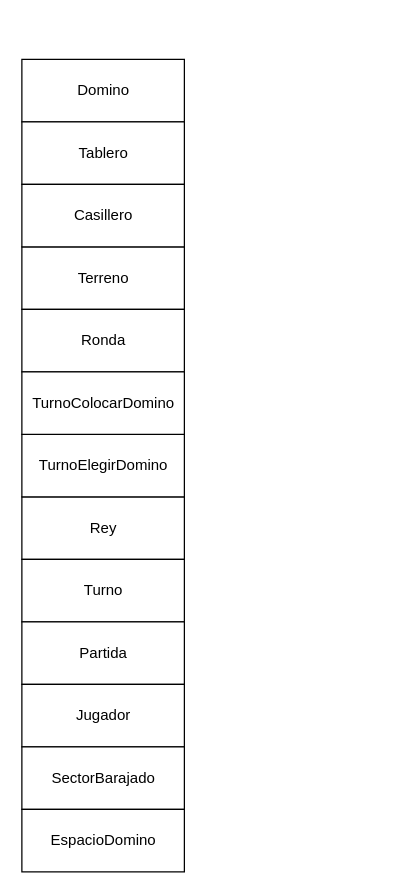
Above: page "NombreClases" (2 of 5) of King Domino.drawio in miroagustin/kingdomino-2021 (draw.io), before the change. Source tidied: cells renumbered, new cells numbered last; positions are measured from the earlier drawing's top-left corner, leaving out a move shared by most shapes. Both pictures are drawn from the tidied source at 125%, with x=0, y=0 at pixel (21, 59).
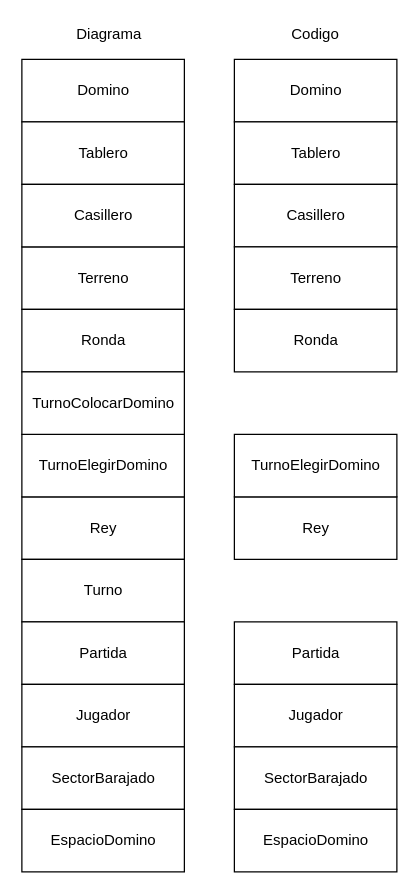
The same page after the edit.

Diff of the diagram source:
```diff
@@
+    <mxCell id="15" value="Domino" style="html=1;" parent="1" vertex="1">
+      <mxGeometry x="170" width="130" height="50" as="geometry" />
+    </mxCell>
+    <mxCell id="16" value="Tablero" style="html=1;" parent="1" vertex="1">
+      <mxGeometry x="170" y="50" width="130" height="50" as="geometry" />
+    </mxCell>
+    <mxCell id="17" value="Casillero" style="html=1;" parent="1" vertex="1">
+      <mxGeometry x="170" y="100" width="130" height="50" as="geometry" />
+    </mxCell>
+    <mxCell id="18" value="Terreno" style="html=1;" parent="1" vertex="1">
+      <mxGeometry x="170" y="150" width="130" height="50" as="geometry" />
+    </mxCell>
+    <mxCell id="19" value="Ronda" style="html=1;" parent="1" vertex="1">
+      <mxGeometry x="170" y="200" width="130" height="50" as="geometry" />
+    </mxCell>
+    <mxCell id="20" value="Diagrama" style="text;html=1;strokeColor=none;fillColor=none;align=center;verticalAlign=middle;whiteSpace=wrap;rounded=0;" parent="1" vertex="1">
+      <mxGeometry x="50" y="-30" width="40" height="20" as="geometry" />
+    </mxCell>
+    <mxCell id="21" value="Codigo" style="text;html=1;strokeColor=none;fillColor=none;align=center;verticalAlign=middle;whiteSpace=wrap;rounded=0;" parent="1" vertex="1">
+      <mxGeometry x="215" y="-30" width="40" height="20" as="geometry" />
+    </mxCell>
+    <mxCell id="22" value="Rey" style="html=1;" parent="1" vertex="1">
+      <mxGeometry x="170" y="350" width="130" height="50" as="geometry" />
+    </mxCell>
+    <mxCell id="23" value="Partida" style="html=1;" parent="1" vertex="1">
+      <mxGeometry x="170" y="450" width="130" height="50" as="geometry" />
+    </mxCell>
+    <mxCell id="24" value="Jugador" style="html=1;" parent="1" vertex="1">
+      <mxGeometry x="170" y="500" width="130" height="50" as="geometry" />
+    </mxCell>
+    <mxCell id="25" value="SectorBarajado" style="html=1;" parent="1" vertex="1">
+      <mxGeometry x="170" y="550" width="130" height="50" as="geometry" />
+    </mxCell>
+    <mxCell id="26" value="EspacioDomino" style="html=1;" parent="1" vertex="1">
+      <mxGeometry x="170" y="600" width="130" height="50" as="geometry" />
+    </mxCell>
+    <mxCell id="27" value="TurnoElegirDomino" style="html=1;" parent="1" vertex="1">
+      <mxGeometry x="170" y="300" width="130" height="50" as="geometry" />
+    </mxCell>
```
